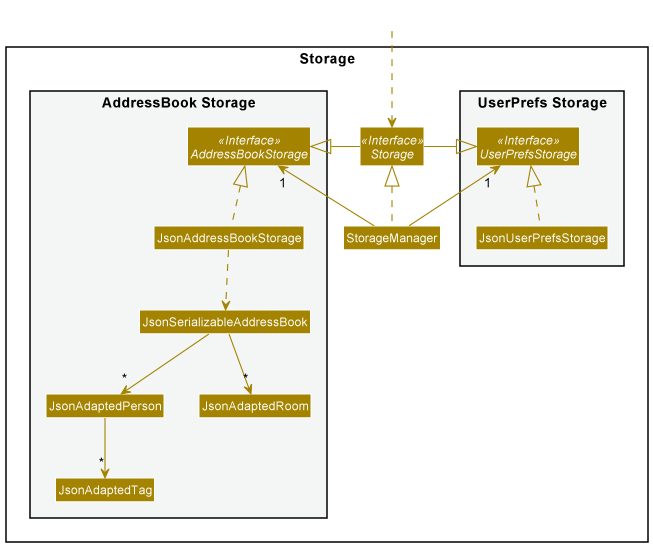
Before: docs/images/StorageClassDiagram.png, a diagram exported from PlantUML (peilinye/tp). Its source is kept beside it as docs/diagrams/StorageClassDiagram.puml.
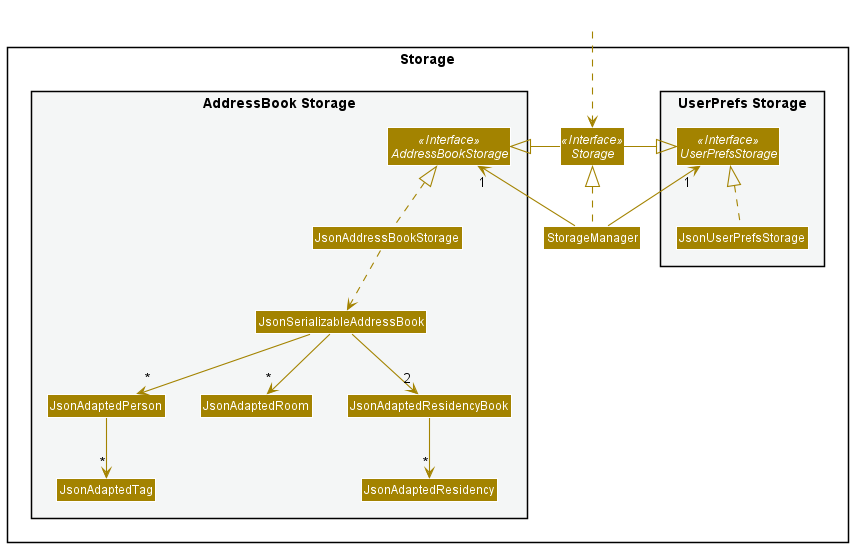
The same file after the commit.

Change to the diagram source:
```diff
@@ -22,6 +22,7 @@
 Class JsonAdaptedRoom
 Class JsonAdaptedTag
 Class JsonAdaptedResidencyBook
+Class JsonAdaptedResidency
 }
 
 }
@@ -42,5 +43,8 @@
 JsonSerializableAddressBook --> "*" JsonAdaptedPerson
 JsonSerializableAddressBook --> "*" JsonAdaptedRoom
 JsonAdaptedPerson --> "*" JsonAdaptedTag
+JsonAdaptedResidencyBook --> "*" JsonAdaptedResidency
+JsonSerializableAddressBook --> "2" JsonAdaptedResidencyBook
+
 
 @enduml
```
